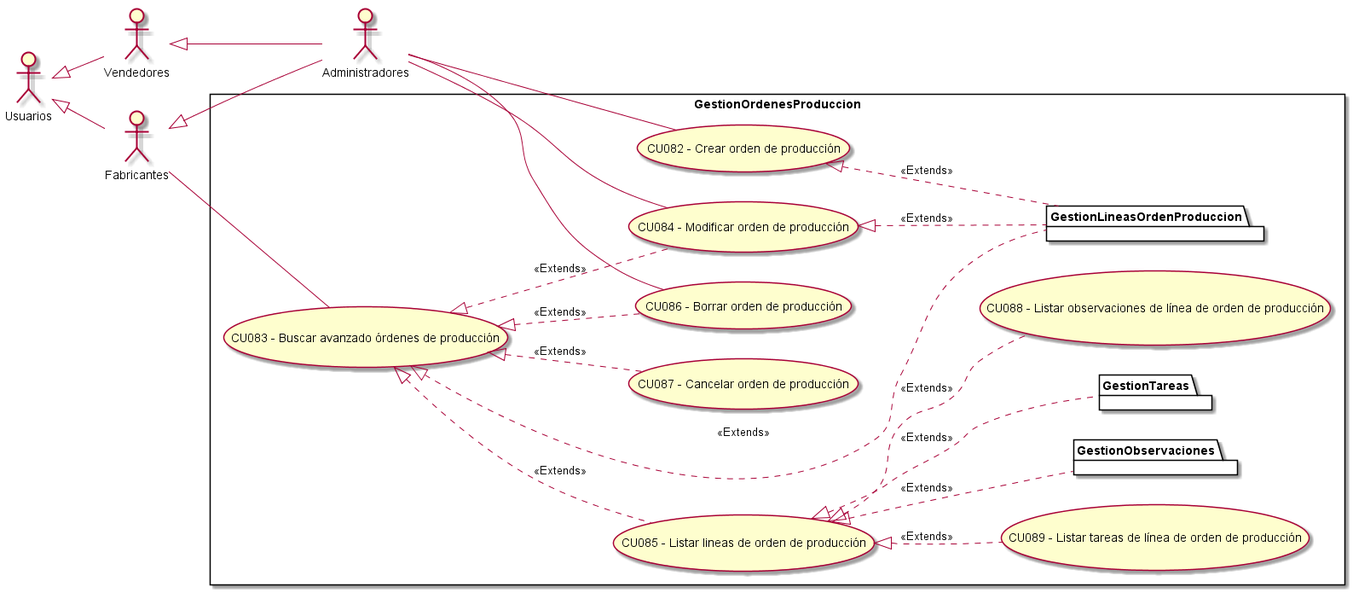
Earlier version of the PlantUML export Informe Final/Imagenes/ModeladoDeCasosDeUso/DiagramaDeCasosDeUso/GestionOrdenesProduccion.png (ZMGestion/DocumentacionZMGestion).
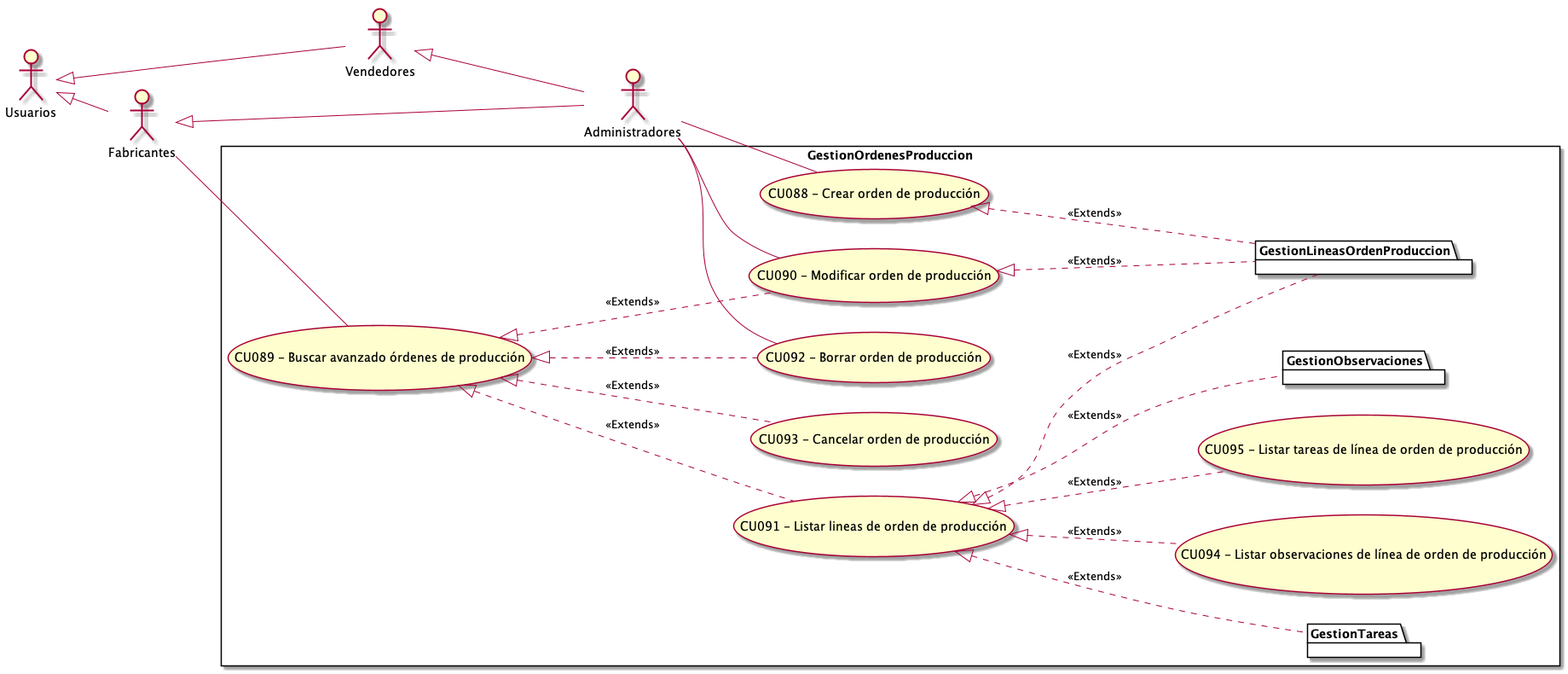
After the change.

Diff of the diagram source:
```diff
@@ -13,14 +13,14 @@
  left to right direction
 
 rectangle GestionOrdenesProduccion{
-    UseCase "CU082 - Crear orden de producción" as C
-    UseCase "CU083 - Buscar avanzado órdenes de producción " as BA
-    UseCase "CU084 - Modificar orden de producción" as M
-    UseCase "CU085 - Listar lineas de orden de producción" as ListarLineas
-    UseCase "CU086 - Borrar orden de producción" as B
-    UseCase "CU087 - Cancelar orden de producción" as Cancelar
-    UseCase "CU088 - Listar observaciones de línea de orden de producción" as ListarObservaciones
-    UseCase "CU089 - Listar tareas de línea de orden de producción" as ListarTareas
+    UseCase "CU088 - Crear orden de producción" as C
+    UseCase "CU089 - Buscar avanzado órdenes de producción " as BA
+    UseCase "CU090 - Modificar orden de producción" as M
+    UseCase "CU091 - Listar lineas de orden de producción" as ListarLineas
+    UseCase "CU092 - Borrar orden de producción" as B
+    UseCase "CU093 - Cancelar orden de producción" as Cancelar
+    UseCase "CU094 - Listar observaciones de línea de orden de producción" as ListarObservaciones
+    UseCase "CU095 - Listar tareas de línea de orden de producción" as ListarTareas
     package GestionLineasOrdenProduccion{
     }
     package GestionObservaciones{
@@ -36,7 +36,7 @@
     ListarLineas <|.. ListarTareas : <<Extends>>
     C <|.. GestionLineasOrdenProduccion : <<Extends>>
     M <|.. GestionLineasOrdenProduccion : <<Extends>>
-    BA <|.. GestionLineasOrdenProduccion : <<Extends>>
+    ListarLineas <|.. GestionLineasOrdenProduccion : <<Extends>>
     ListarLineas <|.. GestionObservaciones : <<Extends>>
     ListarLineas <|.. GestionTareas : <<Extends>>
 }
```
